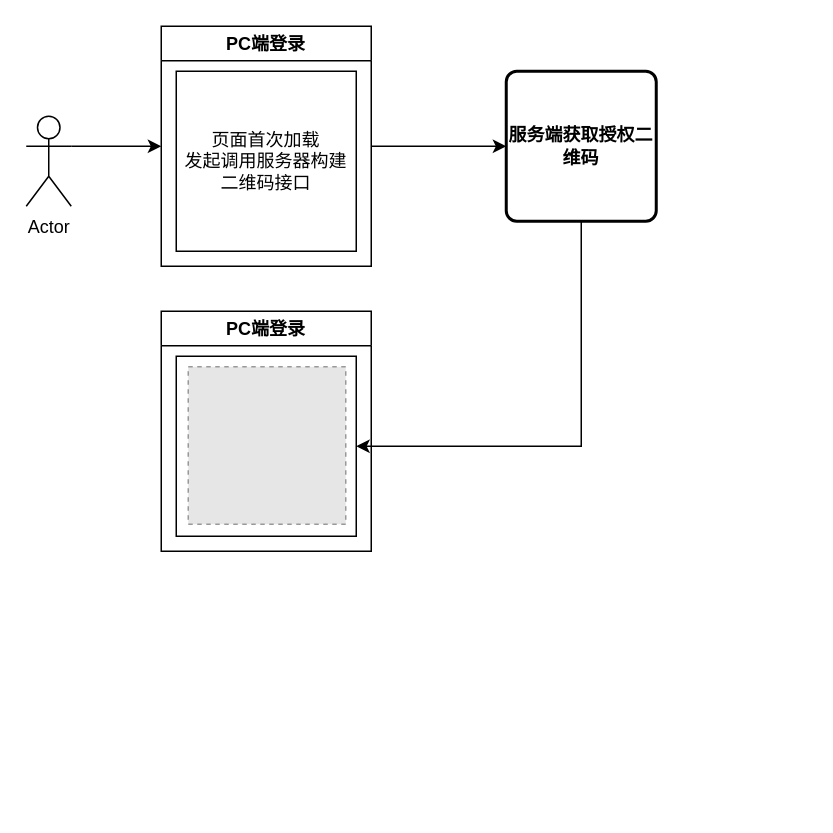
Above: 从零玩转腾讯云扫码授权.drawio in yangbuyiya/yangbuyi-blog-images (draw.io), before the change. Source tidied: cells renumbered, new cells numbered last; positions are measured from the earlier drawing's top-left corner, leaving out a move shared by most shapes. Both pictures are drawn from the tidied source at 150%, with x=0, y=0 at pixel (26, 26). Pictures stored in the file or linked from it are replaced by grey dashed boxes.
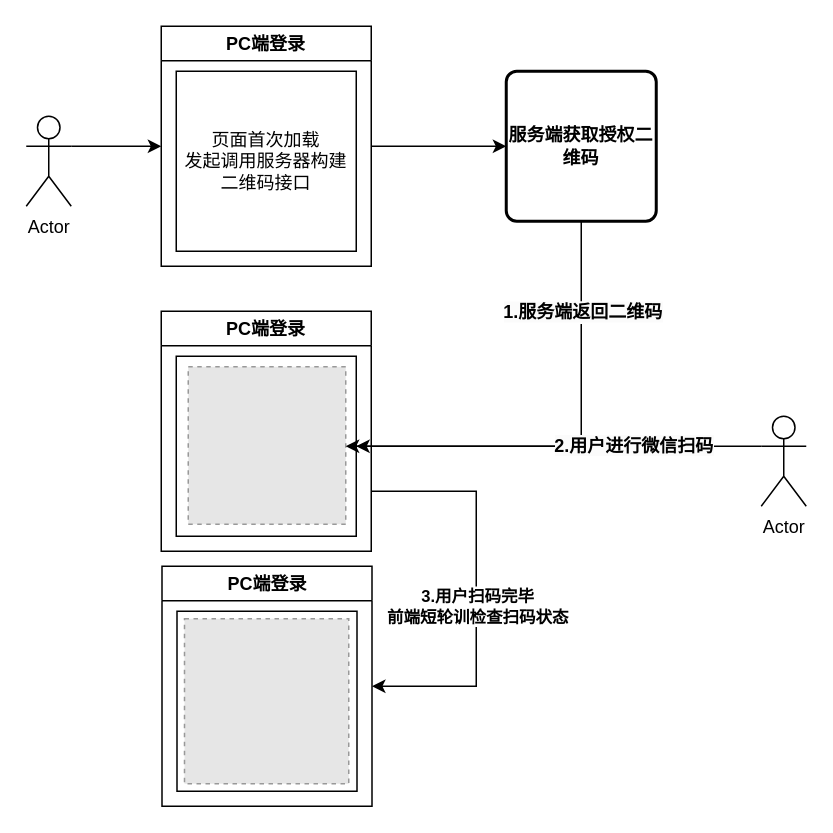
Above is the later version.

Commit message (it also covers changes not shown here):
更新从零玩转腾讯云扫码授权.drawio

The change refers to these unchanged cells:
```xml
<mxCell id="7" style="edgeStyle=orthogonalEdgeStyle;rounded=0;jettySize=auto;html=1;entryX=1;entryY=0.5;entryDx=0;entryDy=0;" parent="1" edge="1" source="8" target="10">
  <mxGeometry relative="1" as="geometry">
    <Array as="points">
      <mxPoint x="370" y="280" />
    </Array>
  </mxGeometry>
</mxCell>
<mxCell id="9" value="PC端登录" style="swimlane;whiteSpace=wrap;html=1;" parent="1" vertex="1">
  <mxGeometry x="90" y="190" width="140" height="160" as="geometry" />
</mxCell>
<mxCell id="11" style="fillColor=#E6E6E6;strokeColor=#999999;dashed=1;verticalLabelPosition=bottom;labelBackgroundColor=default;verticalAlign=top;" parent="1" vertex="1">
  <mxGeometry x="108" y="227" width="105" height="105" as="geometry" />
</mxCell>
```

The edit, as a diff of the source:
```diff
@@
+    <mxCell id="12" value="&lt;span style=&quot;font-size: 12px; font-weight: 700; background-color: rgb(251, 251, 251);&quot;&gt;1.服务端返回二维码&lt;/span&gt;" style="edgeLabel;html=1;align=center;verticalAlign=middle;" parent="7" vertex="1">
+      <mxGeometry x="-0.6" relative="1" as="geometry" />
+    </mxCell>
@@
+    <mxCell id="13" style="edgeStyle=orthogonalEdgeStyle;rounded=0;jettySize=auto;html=1;exitX=1;exitY=0.75;exitDx=0;exitDy=0;entryX=1;entryY=0.5;entryDx=0;entryDy=0;" parent="1" edge="1" source="9" target="19">
+      <mxGeometry relative="1" as="geometry">
+        <Array as="points">
+          <mxPoint x="300" y="310" />
+          <mxPoint x="300" y="440" />
+        </Array>
+      </mxGeometry>
+    </mxCell>
+    <mxCell id="14" value="&lt;span style=&quot;font-weight: 700;&quot;&gt;3.用户扫码完毕&lt;/span&gt;&lt;div style=&quot;font-weight: 700;&quot;&gt;前端短轮训检查扫码状态&lt;/div&gt;" style="edgeLabel;html=1;align=center;verticalAlign=middle;" parent="13" vertex="1">
+      <mxGeometry x="0.08" relative="1" as="geometry" />
+    </mxCell>
@@
+    <mxCell id="15" style="edgeStyle=orthogonalEdgeStyle;rounded=0;jettySize=auto;html=1;exitX=0;exitY=0.3333333333333333;exitDx=0;exitDy=0;exitPerimeter=0;" parent="1" edge="1" source="17" target="11">
+      <mxGeometry relative="1" as="geometry">
+        <Array as="points">
+          <mxPoint x="440" y="280" />
+        </Array>
+      </mxGeometry>
+    </mxCell>
+    <mxCell id="16" value="&lt;span style=&quot;font-size: 12px; font-weight: 700; background-color: rgb(251, 251, 251);&quot;&gt;2.用户进行微信扫码&lt;/span&gt;" style="edgeLabel;html=1;align=center;verticalAlign=middle;" parent="15" vertex="1">
+      <mxGeometry x="-0.38" y="-1" relative="1" as="geometry" />
+    </mxCell>
+    <mxCell id="17" value="Actor" style="shape=umlActor;verticalLabelPosition=bottom;verticalAlign=top;html=1;outlineConnect=0;" parent="1" vertex="1">
+      <mxGeometry x="490" y="260" width="30" height="60" as="geometry" />
+    </mxCell>
+    <mxCell id="18" style="group;" parent="1" vertex="1">
+      <mxGeometry x="90.5" y="360" width="140" height="160" as="geometry" />
+    </mxCell>
+    <mxCell id="19" value="PC端登录" style="swimlane;whiteSpace=wrap;html=1;" parent="18" vertex="1">
+      <mxGeometry width="140" height="160" as="geometry" />
+    </mxCell>
+    <mxCell id="20" style="whiteSpace=wrap;html=1;" parent="19" vertex="1">
+      <mxGeometry x="10" y="30" width="120" height="120" as="geometry" />
+    </mxCell>
+    <mxCell id="21" style="fillColor=#E6E6E6;strokeColor=#999999;dashed=1;verticalLabelPosition=bottom;labelBackgroundColor=default;verticalAlign=top;" parent="18" vertex="1">
+      <mxGeometry x="15" y="35" width="109.5" height="110" as="geometry" />
+    </mxCell>
```
